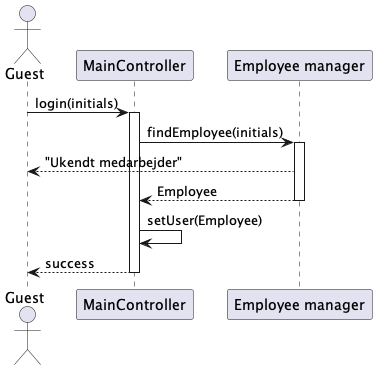
rwiuff/02161ExamProject keeps this PlantUML diagram as RequirementsAndDesign/Diagrams/seq_login.png. Above is the earlier version.
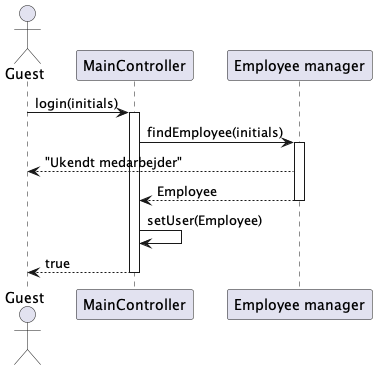
The same diagram one commit later.

The edit, as a diff of the source:
```diff
@@ -15,6 +15,6 @@
 app -> app : setUser(Employee)
 
 
-return success
+return true
 
 @enduml
```
